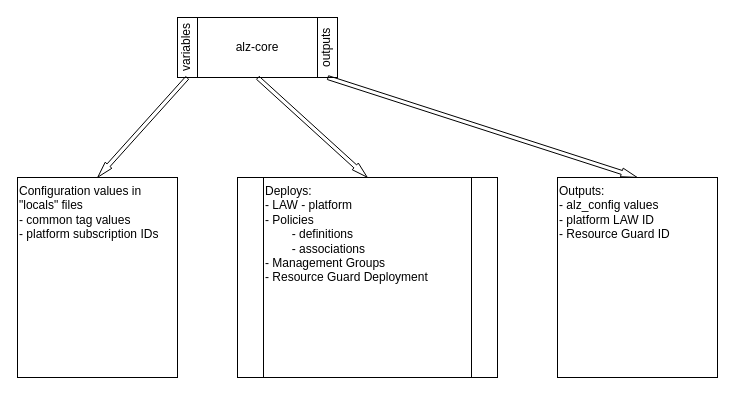
This is page "alz-core" (2 of 5) of ta-alz.drawio from balazspados/azure-sandbox, a draw.io file, before an edit. Source tidied: cells renumbered, new cells numbered last; positions are measured from the earlier drawing's top-left corner, leaving out a move shared by most shapes. Both pictures are drawn from the tidied source at 100%, with x=0, y=0 at pixel (17, 17).
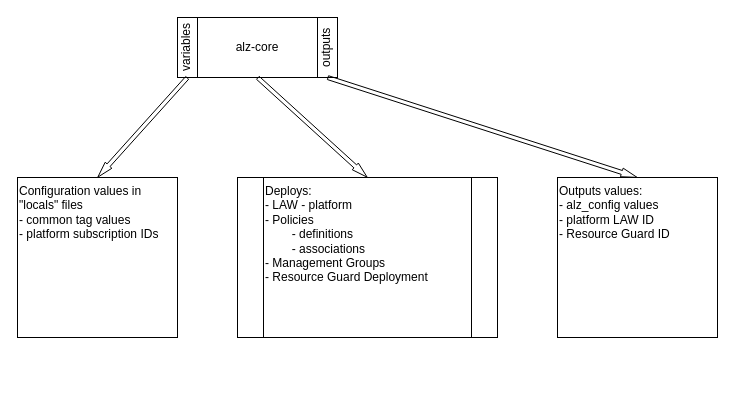
The same page after the edit.

Diff of the diagram source:
```diff
@@
 <mxGraphModel>
   <root>
     <mxCell id="0" />
     <mxCell id="1" parent="0" />
     <mxCell id="2" style="group;" parent="1" vertex="1">
       <mxGeometry x="160" width="160" height="60" as="geometry" />
     </mxCell>
     <mxCell id="3" value="alz-core" style="rounded=0;whiteSpace=wrap;html=1;" parent="2" vertex="1">
       <mxGeometry x="20" width="120" height="60" as="geometry" />
     </mxCell>
     <mxCell id="4" value="outputs" style="rounded=0;whiteSpace=wrap;html=1;textDirection=vertical-rl;rotation=-180;" parent="2" vertex="1">
       <mxGeometry x="140" width="20" height="60" as="geometry" />
     </mxCell>
     <mxCell id="5" value="variables" style="rounded=0;whiteSpace=wrap;html=1;textDirection=vertical-lr;rotation=-180;" parent="2" vertex="1">
       <mxGeometry width="20" height="60" as="geometry" />
     </mxCell>
     <mxCell id="6" value="&lt;div&gt;Deploys:&lt;/div&gt;&lt;div&gt;- LAW - platform&lt;br&gt;&lt;div&gt;- Policies&lt;/div&gt;&lt;div&gt;&lt;span style=&quot;white-space: pre;&quot;&gt;&#9;&lt;/span&gt;- definitions&lt;br&gt;&lt;/div&gt;&lt;div&gt;&lt;span style=&quot;white-space: pre;&quot;&gt;&#9;&lt;/span&gt;- associations&lt;br&gt;&lt;/div&gt;&lt;div&gt;- Management Groups&lt;br&gt;&lt;/div&gt;&lt;div&gt;- Resource Guard Deployment&lt;/div&gt;&lt;div&gt;&lt;span style=&quot;white-space: pre;&quot;&gt;&#9;&lt;/span&gt;&lt;br&gt;&lt;/div&gt;&lt;div&gt;&lt;br&gt;&lt;/div&gt;&lt;/div&gt;" style="shape=process;whiteSpace=wrap;html=1;backgroundOutline=1;align=left;verticalAlign=top;" parent="1" vertex="1">
-      <mxGeometry x="220" y="160" width="260" height="200" as="geometry" />
+      <mxGeometry x="220" y="160" width="260" height="160" as="geometry" />
     </mxCell>
     <mxCell id="7" value="Configuration values in &quot;locals&quot; files&amp;nbsp;&lt;br&gt;&lt;div&gt;- common tag values&lt;/div&gt;&lt;div&gt;- platform subscription IDs&lt;/div&gt;" style="rounded=0;whiteSpace=wrap;html=1;align=left;verticalAlign=top;" parent="1" vertex="1">
-      <mxGeometry y="160" width="160" height="200" as="geometry" />
+      <mxGeometry y="160" width="160" height="160" as="geometry" />
     </mxCell>
     <mxCell id="8" style="shape=flexArrow;endArrow=classic;html=1;exitX=0.5;exitY=0;exitDx=0;exitDy=0;entryX=0.5;entryY=0;entryDx=0;entryDy=0;startSize=3;endSize=5;sourcePerimeterSpacing=0;endWidth=4;width=4;" parent="1" edge="1" source="5" target="7">
       <mxGeometry relative="1" as="geometry" />
     </mxCell>
     <mxCell id="9" style="shape=flexArrow;endArrow=classic;html=1;exitX=0.5;exitY=1;exitDx=0;exitDy=0;entryX=0.5;entryY=0;entryDx=0;entryDy=0;startSize=3;endSize=5;sourcePerimeterSpacing=0;endWidth=4;width=4;" parent="1" edge="1" source="3" target="6">
       <mxGeometry relative="1" as="geometry" />
     </mxCell>
-    <mxCell id="10" value="Outputs:&lt;div&gt;- alz_config values&lt;/div&gt;&lt;div&gt;- platform LAW ID&lt;/div&gt;&lt;div&gt;- Resource Guard ID&lt;/div&gt;" style="rounded=0;whiteSpace=wrap;html=1;align=left;verticalAlign=top;" parent="1" vertex="1">
-      <mxGeometry x="540" y="160" width="160" height="200" as="geometry" />
+    <mxCell id="10" value="Outputs values:&lt;div&gt;- alz_config values&lt;/div&gt;&lt;div&gt;- platform LAW ID&lt;/div&gt;&lt;div&gt;- Resource Guard ID&lt;/div&gt;" style="rounded=0;whiteSpace=wrap;html=1;align=left;verticalAlign=top;" parent="1" vertex="1">
+      <mxGeometry x="540" y="160" width="160" height="160" as="geometry" />
     </mxCell>
     <mxCell id="11" style="shape=flexArrow;endArrow=classic;html=1;exitX=0.5;exitY=0;exitDx=0;exitDy=0;entryX=0.5;entryY=0;entryDx=0;entryDy=0;startSize=3;endSize=5;sourcePerimeterSpacing=0;endWidth=4;width=4;" parent="1" edge="1" source="4" target="10">
       <mxGeometry relative="1" as="geometry" />
     </mxCell>
   </root>
 </mxGraphModel>
```
